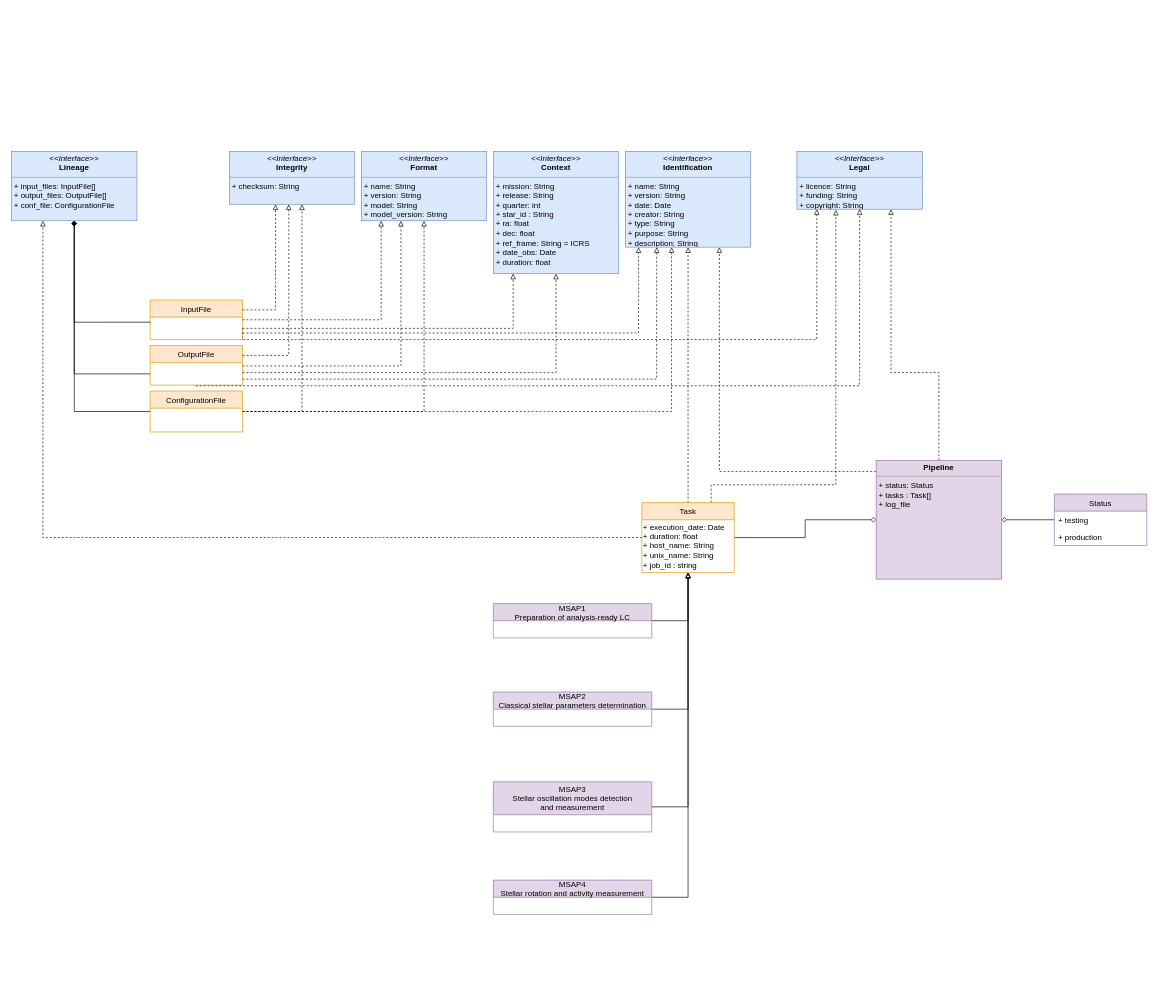
Above: Untitled Diagram.drawio in J-Christophe/platoDM (draw.io), before the change. Source tidied: cells renumbered, new cells numbered last; positions are measured from the earlier drawing's top-left corner, leaving out a move shared by most shapes. Both pictures are drawn from the tidied source at 66%, with x=0, y=0 at pixel (11, 151).
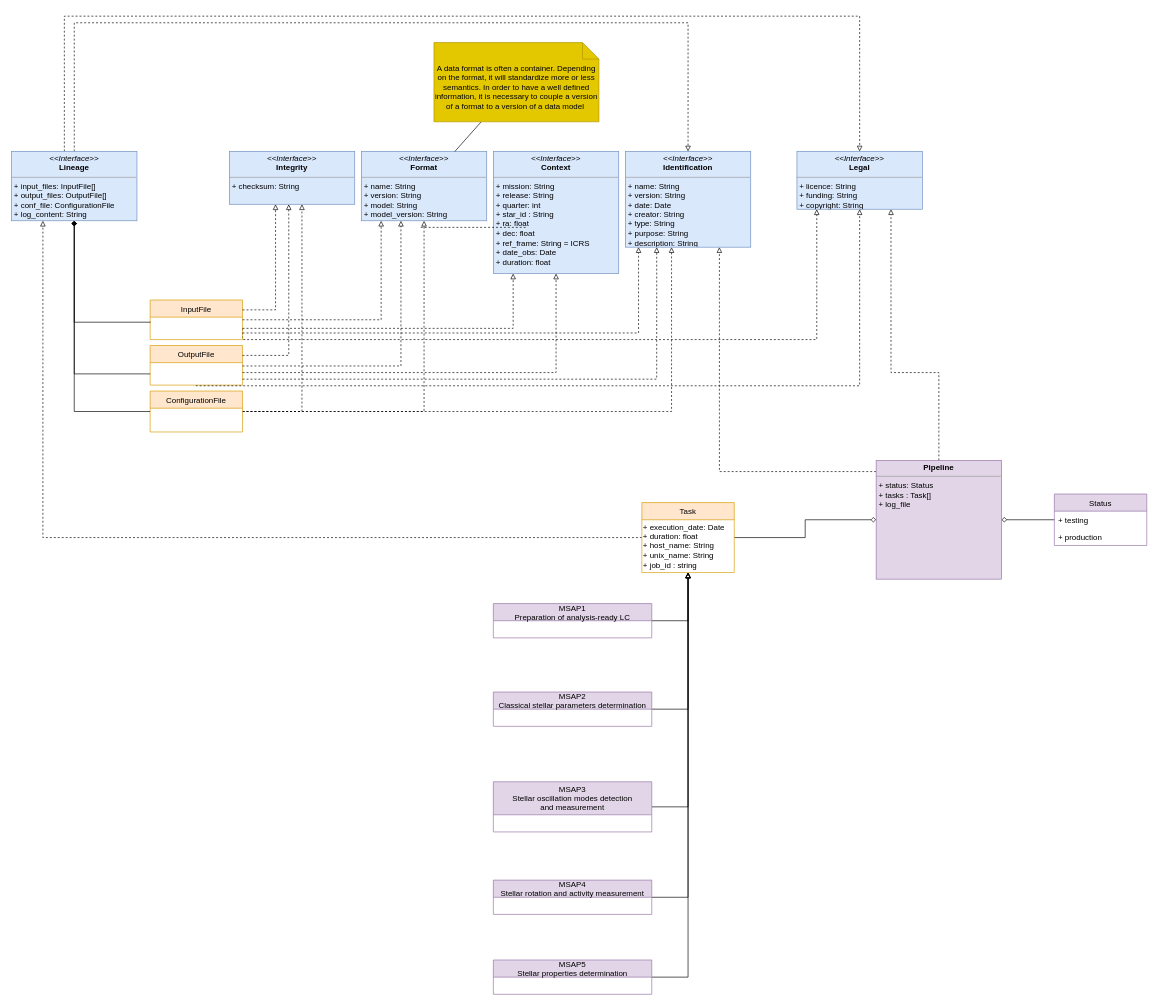
The same page after the edit.

The change refers to these unchanged cells:
```xml
<mxCell id="30" value="Task" style="swimlane;fontStyle=0;horizontal=1;startSize=26;fillColor=#ffe6cc;strokeColor=#d79b00;" parent="1" vertex="1">
  <mxGeometry x="955" y="532" width="140" height="106" as="geometry" />
</mxCell>
<mxCell id="31" value="+ execution_date: Date&lt;br&gt;+ duration: float&lt;br&gt;+ host_name: String&lt;br&gt;+ unix_name: String&lt;br&gt;+ job_id : string" style="text;html=1;align=left;verticalAlign=middle;points=[];strokeColor=none;fillColor=none;" parent="30" vertex="1">
  <mxGeometry y="26" width="140" height="80" as="geometry" />
</mxCell>
<mxCell id="32" value="&lt;p style=&quot;margin: 0px ; margin-top: 4px ; text-align: center&quot;&gt;&lt;i&gt;&amp;lt;&amp;lt;Interface&amp;gt;&amp;gt;&lt;/i&gt;&lt;br&gt;&lt;b&gt;Identification&lt;/b&gt;&lt;/p&gt;&lt;hr size=&quot;1&quot;&gt;&lt;p style=&quot;margin: 0px ; margin-left: 4px&quot;&gt;+ name: String&lt;/p&gt;&lt;p style=&quot;margin: 0px ; margin-left: 4px&quot;&gt;+ version: String&lt;/p&gt;&lt;p style=&quot;margin: 0px ; margin-left: 4px&quot;&gt;+ date: Date&lt;/p&gt;&lt;p style=&quot;margin: 0px ; margin-left: 4px&quot;&gt;+ creator: String&lt;/p&gt;&lt;p style=&quot;margin: 0px ; margin-left: 4px&quot;&gt;+ type: String&lt;/p&gt;&lt;p style=&quot;margin: 0px ; margin-left: 4px&quot;&gt;+ purpose: String&lt;/p&gt;&lt;p style=&quot;margin: 0px ; margin-left: 4px&quot;&gt;+ description: String&lt;/p&gt;" style="verticalAlign=top;align=left;overflow=fill;fontSize=12;fontFamily=Helvetica;html=1;fillColor=#dae8fc;strokeColor=#6c8ebf;" parent="1" vertex="1">
  <mxGeometry x="930" width="190" height="145" as="geometry" />
</mxCell>
<mxCell id="45" value="&lt;p style=&quot;margin: 0px ; margin-top: 4px ; text-align: center&quot;&gt;&lt;i&gt;&amp;lt;&amp;lt;Interface&amp;gt;&amp;gt;&lt;/i&gt;&lt;br&gt;&lt;b&gt;Format&lt;/b&gt;&lt;/p&gt;&lt;hr size=&quot;1&quot;&gt;&lt;p style=&quot;margin: 0px ; margin-left: 4px&quot;&gt;&lt;span&gt;+ name: String&lt;/span&gt;&lt;br&gt;&lt;/p&gt;&lt;p style=&quot;margin: 0px ; margin-left: 4px&quot;&gt;&lt;span&gt;+ version: String&lt;/span&gt;&lt;/p&gt;&lt;p style=&quot;margin: 0px ; margin-left: 4px&quot;&gt;&lt;span&gt;+ model: String&lt;/span&gt;&lt;/p&gt;&lt;p style=&quot;margin: 0px ; margin-left: 4px&quot;&gt;&lt;span&gt;+ model_version: String&lt;/span&gt;&lt;/p&gt;" style="verticalAlign=top;align=left;overflow=fill;fontSize=12;fontFamily=Helvetica;html=1;fillColor=#dae8fc;strokeColor=#6c8ebf;" parent="1" vertex="1">
  <mxGeometry x="530" width="190" height="105" as="geometry" />
</mxCell>
<mxCell id="48" value="&lt;p style=&quot;margin: 0px ; margin-top: 4px ; text-align: center&quot;&gt;&lt;i&gt;&amp;lt;&amp;lt;Interface&amp;gt;&amp;gt;&lt;/i&gt;&lt;br&gt;&lt;b&gt;Legal&lt;/b&gt;&lt;/p&gt;&lt;hr size=&quot;1&quot;&gt;&lt;p style=&quot;margin: 0px 0px 0px 4px&quot;&gt;+ licence: String&lt;/p&gt;&lt;p style=&quot;margin: 0px 0px 0px 4px&quot;&gt;+ funding: String&lt;/p&gt;&lt;p style=&quot;margin: 0px 0px 0px 4px&quot;&gt;+ copyright: String&lt;/p&gt;" style="verticalAlign=top;align=left;overflow=fill;fontSize=12;fontFamily=Helvetica;html=1;fillColor=#dae8fc;strokeColor=#6c8ebf;" parent="1" vertex="1">
  <mxGeometry x="1190" width="190" height="87.5" as="geometry" />
</mxCell>
```

The edit, as a diff of the source:
```diff
@@
-    <mxCell id="28" style="edgeStyle=orthogonalEdgeStyle;rounded=0;jettySize=auto;html=1;dashed=1;startArrow=none;startFill=0;endArrow=block;endFill=0;" parent="1" edge="1" source="30" target="32">
-      <mxGeometry relative="1" as="geometry" />
-    </mxCell>
-    <mxCell id="29" style="edgeStyle=orthogonalEdgeStyle;rounded=0;jettySize=auto;html=1;entryX=0.31;entryY=1.009;entryDx=0;entryDy=0;entryPerimeter=0;dashed=1;startArrow=none;startFill=0;endArrow=block;endFill=0;" parent="1" edge="1" source="30" target="48">
-      <mxGeometry relative="1" as="geometry">
-        <Array as="points">
-          <mxPoint x="1060" y="505" />
-          <mxPoint x="1249" y="505" />
-        </Array>
-      </mxGeometry>
-    </mxCell>
@@
+    <mxCell id="50" style="edgeStyle=orthogonalEdgeStyle;rounded=0;jettySize=auto;html=1;entryX=0.5;entryY=0;entryDx=0;entryDy=0;startArrow=none;startFill=0;endArrow=block;endFill=0;dashed=1;" parent="1" edge="1" source="36" target="32">
+      <mxGeometry relative="1" as="geometry">
+        <Array as="points">
+          <mxPoint x="95" y="-195" />
+          <mxPoint x="1025" y="-195" />
+        </Array>
+      </mxGeometry>
+    </mxCell>
+    <mxCell id="51" style="edgeStyle=orthogonalEdgeStyle;rounded=0;jettySize=auto;html=1;entryX=0.5;entryY=0;entryDx=0;entryDy=0;dashed=1;startArrow=none;startFill=0;endArrow=block;endFill=0;" parent="1" edge="1" source="36" target="48">
+      <mxGeometry relative="1" as="geometry">
+        <Array as="points">
+          <mxPoint x="80" y="-205" />
+          <mxPoint x="1285" y="-205" />
+        </Array>
+      </mxGeometry>
+    </mxCell>
-    <mxCell id="36" value="&lt;p style=&quot;margin: 0px ; margin-top: 4px ; text-align: center&quot;&gt;&lt;i&gt;&amp;lt;&amp;lt;Interface&amp;gt;&amp;gt;&lt;/i&gt;&lt;br&gt;&lt;b&gt;Lineage&lt;/b&gt;&lt;/p&gt;&lt;hr size=&quot;1&quot;&gt;&lt;p style=&quot;margin: 0px 0px 0px 4px&quot;&gt;+ input_files: InputFile[]&lt;/p&gt;&lt;p style=&quot;margin: 0px 0px 0px 4px&quot;&gt;+ output_files: OutputFile[]&lt;/p&gt;&lt;p style=&quot;margin: 0px 0px 0px 4px&quot;&gt;+ conf_file: ConfigurationFile&lt;/p&gt;" style="verticalAlign=top;align=left;overflow=fill;fontSize=12;fontFamily=Helvetica;html=1;fillColor=#dae8fc;strokeColor=#6c8ebf;" parent="1" vertex="1">
+    <mxCell id="36" value="&lt;p style=&quot;margin: 0px ; margin-top: 4px ; text-align: center&quot;&gt;&lt;i&gt;&amp;lt;&amp;lt;Interface&amp;gt;&amp;gt;&lt;/i&gt;&lt;br&gt;&lt;b&gt;Lineage&lt;/b&gt;&lt;/p&gt;&lt;hr size=&quot;1&quot;&gt;&lt;p style=&quot;margin: 0px 0px 0px 4px&quot;&gt;+ input_files: InputFile[]&lt;/p&gt;&lt;p style=&quot;margin: 0px 0px 0px 4px&quot;&gt;+ output_files: OutputFile[]&lt;/p&gt;&lt;p style=&quot;margin: 0px 0px 0px 4px&quot;&gt;+ conf_file: ConfigurationFile&lt;/p&gt;&lt;p style=&quot;margin: 0px 0px 0px 4px&quot;&gt;+ log_content: String&lt;/p&gt;" style="verticalAlign=top;align=left;overflow=fill;fontSize=12;fontFamily=Helvetica;html=1;fillColor=#dae8fc;strokeColor=#6c8ebf;" parent="1" vertex="1">
       <mxGeometry width="190" height="105" as="geometry" />
     </mxCell>
@@
+    <mxCell id="52" style="rounded=0;jettySize=auto;html=1;startArrow=none;startFill=0;endArrow=none;endFill=0;" parent="1" edge="1" source="53" target="45">
+      <mxGeometry relative="1" as="geometry" />
+    </mxCell>
+    <mxCell id="53" value="A data format is often a container. Depending on the format, it will standardize more or less semantics. In order to have a well defined information, it is necessary to couple a version of a format to a version of a data model&amp;nbsp;" style="shape=note2;boundedLbl=1;whiteSpace=wrap;html=1;size=25;verticalAlign=top;align=center;fillColor=#e3c800;strokeColor=#B09500;fontColor=#000000;" parent="1" vertex="1">
+      <mxGeometry x="640" y="-165" width="250" height="120" as="geometry" />
+    </mxCell>
+    <mxCell id="54" style="endArrow=none;html=1;rounded=0;dashed=1;" parent="1" edge="1">
+      <mxGeometry relative="1" as="geometry">
+        <mxPoint x="620" y="115" as="sourcePoint" />
+        <mxPoint x="780" y="115" as="targetPoint" />
+      </mxGeometry>
+    </mxCell>
+    <mxCell id="55" style="edgeStyle=orthogonalEdgeStyle;rounded=0;jettySize=auto;html=1;startArrow=none;startFill=0;endArrow=block;endFill=0;" parent="1" edge="1" source="56" target="31">
+      <mxGeometry relative="1" as="geometry">
+        <Array as="points">
+          <mxPoint x="1025" y="1251" />
+        </Array>
+      </mxGeometry>
+    </mxCell>
+    <mxCell id="56" value="MSAP5&#10;Stellar properties determination" style="swimlane;fontStyle=0;horizontal=1;startSize=26;fillColor=#e1d5e7;strokeColor=#9673a6;" parent="1" vertex="1">
+      <mxGeometry x="730" y="1225" width="240" height="52" as="geometry" />
+    </mxCell>
```
